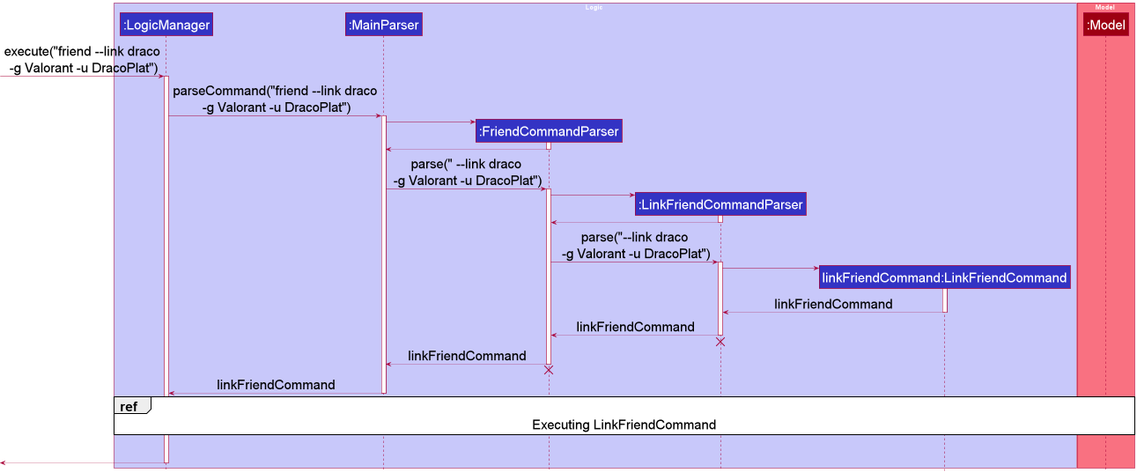
The PlantUML diagram docs/images/LinkSequenceDiagram1.png in nus-cs2103-AY2122S1/tp, before a commit.
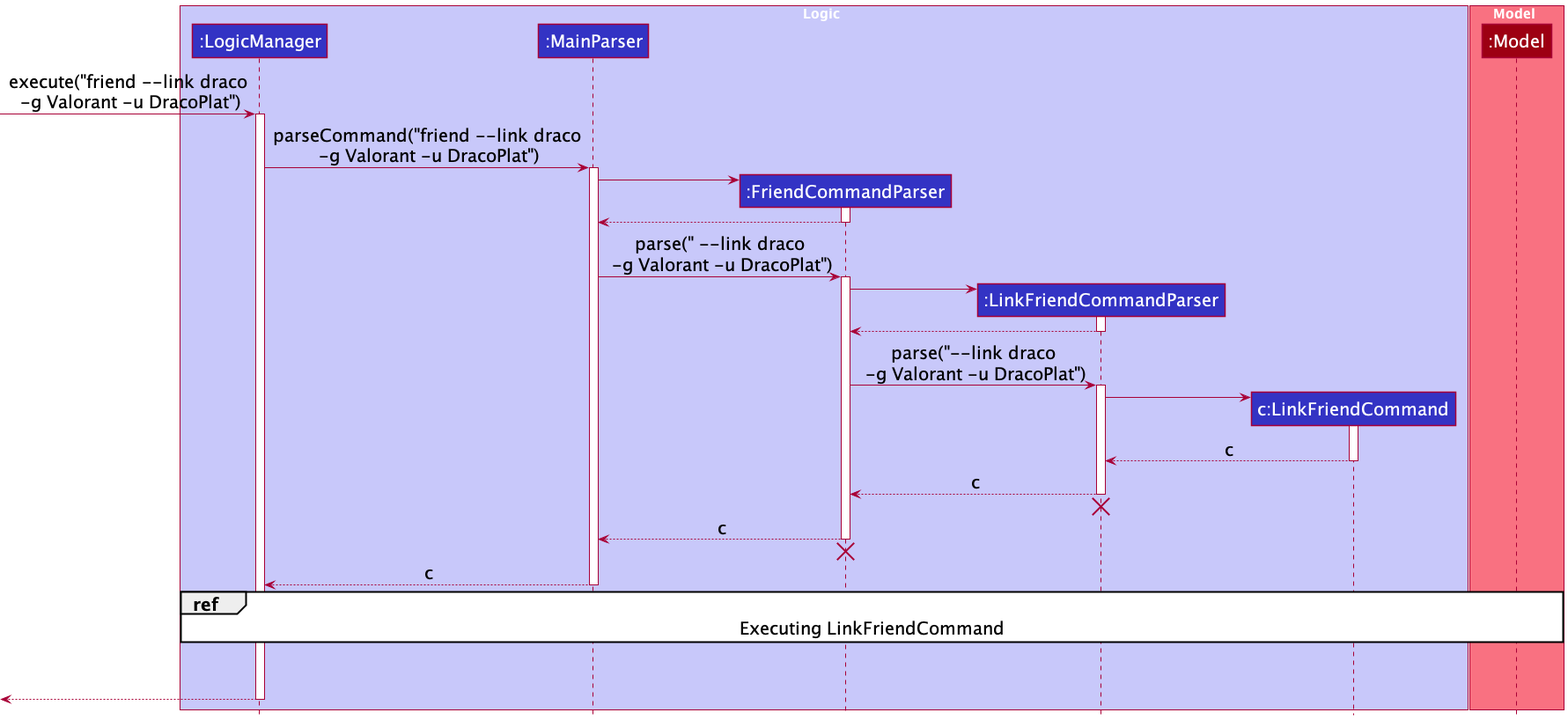
Above is the later version.

What changed in the source:
```diff
@@ -1,13 +1,13 @@
 @startuml
 !include style.puml
-skinparam defaultFontSize 30
+skinparam defaultFontSize 20
 
 box Logic LOGIC_COLOR_T1
 participant ":LogicManager" as LogicManager LOGIC_COLOR
 participant ":MainParser" as MainParser LOGIC_COLOR
 participant ":FriendCommandParser" as FriendCommandParser LOGIC_COLOR
 participant ":LinkFriendCommandParser" as LinkFriendCommandParser LOGIC_COLOR
-participant "linkFriendCommand:LinkFriendCommand" as LinkFriendCommand LOGIC_COLOR
+participant "c:LinkFriendCommand" as LinkFriendCommand LOGIC_COLOR
 end box
 
 box Model MODEL_COLOR_T1
@@ -44,20 +44,20 @@
 LinkFriendCommandParser -> LinkFriendCommand
 activate LinkFriendCommand
 
-LinkFriendCommand --> LinkFriendCommandParser : linkFriendCommand
+LinkFriendCommand --> LinkFriendCommandParser : c
 deactivate LinkFriendCommand
 
-LinkFriendCommandParser --> FriendCommandParser : linkFriendCommand
+LinkFriendCommandParser --> FriendCommandParser : c
 deactivate LinkFriendCommandParser
 LinkFriendCommandParser -[hidden]-> FriendCommandParser
 destroy LinkFriendCommandParser
 
-FriendCommandParser --> MainParser : linkFriendCommand
+FriendCommandParser --> MainParser : c
 deactivate FriendCommandParser
 FriendCommandParser -[hidden]-> MainParser
 destroy FriendCommandParser
 
-MainParser --> LogicManager : linkFriendCommand
+MainParser --> LogicManager : c
 deactivate MainParser
 
 ref over LogicManager, Model: Executing LinkFriendCommand
```
